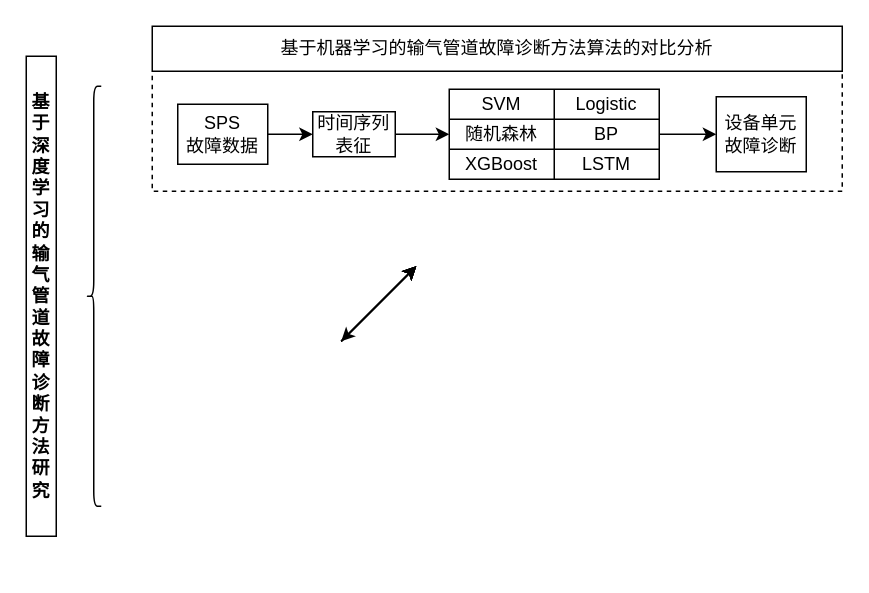
Earlier version of the draw.io diagram 未命名绘图.drawio (cccccppp/draw). Source tidied: cells renumbered, new cells numbered last; positions are measured from the earlier drawing's top-left corner, leaving out a move shared by most shapes. Both pictures are drawn from the tidied source at 150%, with x=0, y=0 at pixel (26, 26).
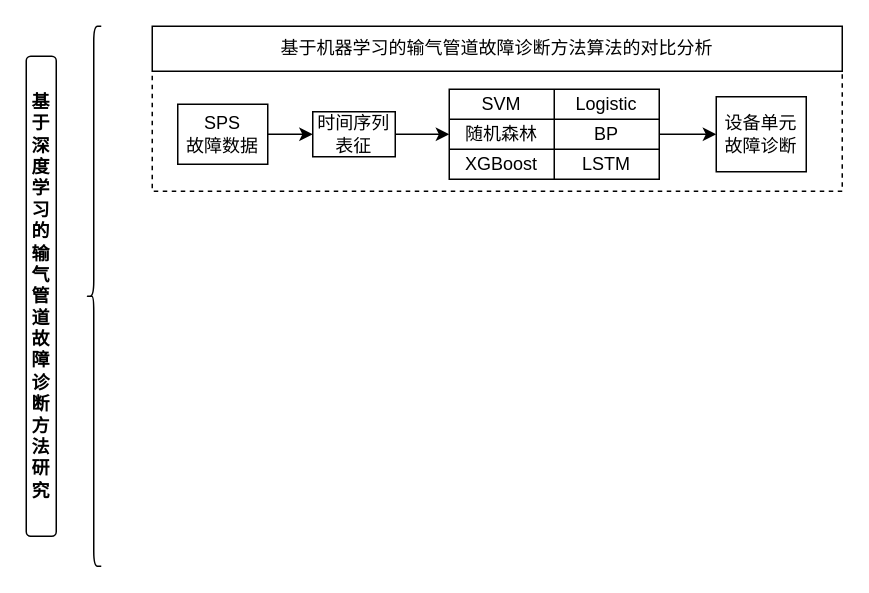
Above is the later version.

Change to the diagram source:
```diff
@@
-    <mxCell id="2" value="&lt;p align=&quot;center&quot; class=&quot;MsoNormal&quot;&gt;&lt;b&gt;基于深度学习的输气管道故障诊断方法研&lt;/b&gt;&lt;b style=&quot;background-color: initial;&quot;&gt;究&lt;/b&gt;&lt;/p&gt;" style="rounded=0;whiteSpace=wrap;html=1;" parent="1" vertex="1">
+    <mxCell id="2" value="&lt;p align=&quot;center&quot; class=&quot;MsoNormal&quot;&gt;&lt;b&gt;基于深度学习的输气管道故障诊断方法研&lt;/b&gt;&lt;b style=&quot;background-color: initial;&quot;&gt;究&lt;/b&gt;&lt;/p&gt;" style="rounded=1;whiteSpace=wrap;html=1;glass=0;" parent="1" vertex="1">
       <mxGeometry y="20" width="20" height="320" as="geometry" />
     </mxCell>
     <mxCell id="3" style="shape=curlyBracket;whiteSpace=wrap;html=1;rounded=1;labelPosition=left;verticalLabelPosition=middle;align=right;verticalAlign=middle;" parent="1" vertex="1">
-      <mxGeometry x="40" y="40" width="10" height="280" as="geometry" />
+      <mxGeometry x="40" width="10" height="360" as="geometry" />
     </mxCell>
@@
-    <mxCell id="23" style="endArrow=classic;html=1;rounded=0;" parent="1" edge="1">
-      <mxGeometry relative="1" as="geometry">
-        <mxPoint x="210" y="210" as="sourcePoint" />
-        <mxPoint x="260" y="160" as="targetPoint" />
-      </mxGeometry>
-    </mxCell>
-    <mxCell id="24" style="endArrow=classic;html=1;rounded=0;" parent="1" edge="1">
-      <mxGeometry relative="1" as="geometry">
-        <mxPoint x="210" y="210" as="sourcePoint" />
-        <mxPoint x="260" y="160" as="targetPoint" />
-      </mxGeometry>
-    </mxCell>
-    <mxCell id="25" style="endArrow=classic;startArrow=classic;html=1;rounded=0;" parent="1" edge="1">
-      <mxGeometry relative="1" as="geometry">
-        <mxPoint x="210" y="210" as="sourcePoint" />
-        <mxPoint x="260" y="160" as="targetPoint" />
-      </mxGeometry>
-    </mxCell>
-    <mxCell id="26" style="endArrow=classic;html=1;rounded=0;" parent="1" edge="1">
-      <mxGeometry relative="1" as="geometry">
-        <mxPoint x="210" y="210" as="sourcePoint" />
-        <mxPoint x="260" y="160" as="targetPoint" />
-      </mxGeometry>
-    </mxCell>
-    <mxCell id="27" style="endArrow=classic;html=1;rounded=0;" parent="1" edge="1">
-      <mxGeometry relative="1" as="geometry">
-        <mxPoint x="210" y="210" as="sourcePoint" />
-        <mxPoint x="260" y="160" as="targetPoint" />
-      </mxGeometry>
-    </mxCell>
-    <mxCell id="28" style="endArrow=classic;html=1;rounded=0;" parent="1" edge="1">
-      <mxGeometry relative="1" as="geometry">
-        <mxPoint x="210" y="210" as="sourcePoint" />
-        <mxPoint x="260" y="160" as="targetPoint" />
-      </mxGeometry>
-    </mxCell>
-    <mxCell id="29" style="endArrow=classic;html=1;rounded=0;" parent="1" edge="1">
-      <mxGeometry relative="1" as="geometry">
-        <mxPoint x="210" y="210" as="sourcePoint" />
-        <mxPoint x="260" y="160" as="targetPoint" />
-      </mxGeometry>
-    </mxCell>
```
